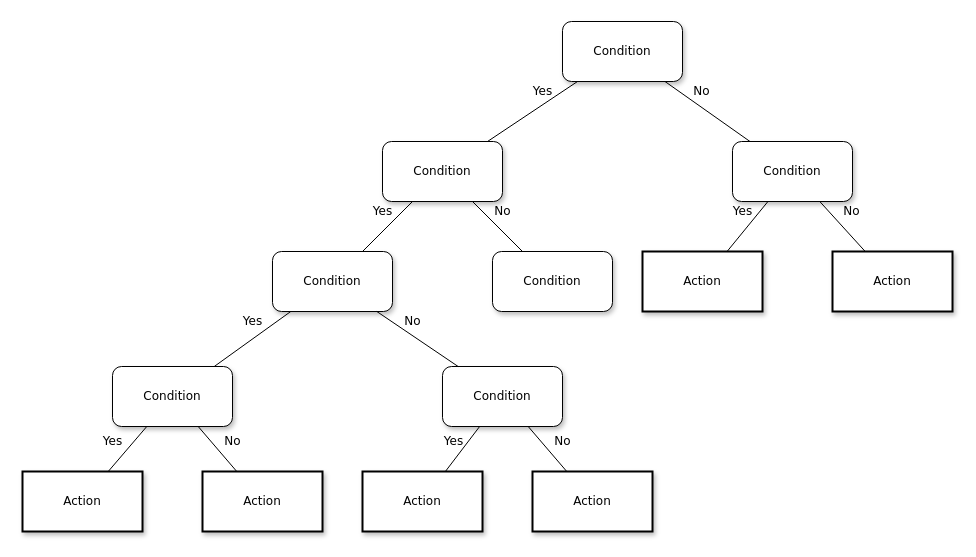
Above: Untitled Diagram.drawio in baothq37student/BaoCao (draw.io), before the change. Source tidied: cells renumbered, new cells numbered last; positions are measured from the earlier drawing's top-left corner, leaving out a move shared by most shapes. Both pictures are drawn from the tidied source at 100%, with x=0, y=0 at pixel (22, 21).
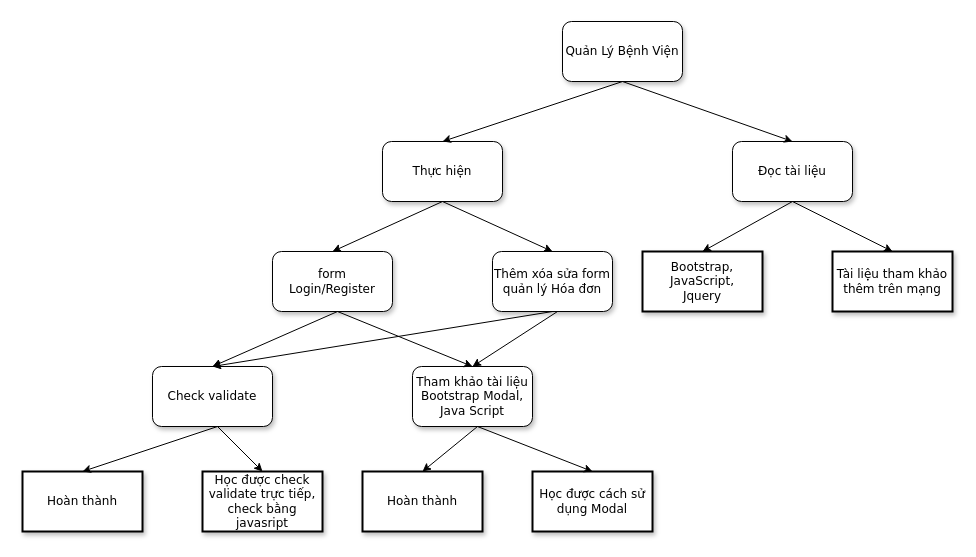
The same diagram, later.

Diff of the diagram source:
```diff
@@
-    <mxCell id="2" value="Condition" style="whiteSpace=wrap;html=1;rounded=1;shadow=1;labelBackgroundColor=none;strokeWidth=1;fontFamily=Verdana;fontSize=12;align=center;" parent="1" vertex="1">
+    <mxCell id="2" value="Quản Lý Bệnh Viện" style="whiteSpace=wrap;html=1;rounded=1;shadow=1;labelBackgroundColor=none;strokeWidth=1;fontFamily=Verdana;fontSize=12;align=center;" parent="1" vertex="1">
       <mxGeometry x="540" width="120" height="60" as="geometry" />
     </mxCell>
-    <mxCell id="3" value="&lt;span&gt;Condition&lt;/span&gt;" style="whiteSpace=wrap;html=1;rounded=1;shadow=1;labelBackgroundColor=none;strokeWidth=1;fontFamily=Verdana;fontSize=12;align=center;" parent="1" vertex="1">
+    <mxCell id="3" value="Thực hiện" style="whiteSpace=wrap;html=1;rounded=1;shadow=1;labelBackgroundColor=none;strokeWidth=1;fontFamily=Verdana;fontSize=12;align=center;" parent="1" vertex="1">
       <mxGeometry x="360" y="120" width="120" height="60" as="geometry" />
     </mxCell>
-    <mxCell id="4" value="&lt;span&gt;Condition&lt;/span&gt;" style="whiteSpace=wrap;html=1;rounded=1;shadow=1;labelBackgroundColor=none;strokeWidth=1;fontFamily=Verdana;fontSize=12;align=center;" parent="1" vertex="1">
+    <mxCell id="4" value="Đọc tài liệu" style="whiteSpace=wrap;html=1;rounded=1;shadow=1;labelBackgroundColor=none;strokeWidth=1;fontFamily=Verdana;fontSize=12;align=center;" parent="1" vertex="1">
       <mxGeometry x="710" y="120" width="120" height="60" as="geometry" />
     </mxCell>
-    <mxCell id="5" value="No" style="rounded=0;html=1;labelBackgroundColor=none;startArrow=none;startFill=0;startSize=5;endArrow=none;endFill=0;endSize=5;jettySize=auto;strokeWidth=1;fontFamily=Verdana;fontSize=12;" parent="1" edge="1" source="2" target="4">
-      <mxGeometry x="-0.3" y="13" relative="1" as="geometry" />
-    </mxCell>
-    <mxCell id="6" value="Yes" style="rounded=0;html=1;labelBackgroundColor=none;startArrow=none;startFill=0;startSize=5;endArrow=none;endFill=0;endSize=5;jettySize=auto;strokeWidth=1;fontFamily=Verdana;fontSize=12;" parent="1" edge="1" source="2" target="3">
-      <mxGeometry x="-0.36" y="-11" relative="1" as="geometry" />
-    </mxCell>
-    <mxCell id="7" value="&lt;span&gt;Condition&lt;/span&gt;" style="whiteSpace=wrap;html=1;rounded=1;shadow=1;labelBackgroundColor=none;strokeWidth=1;fontFamily=Verdana;fontSize=12;align=center;" parent="1" vertex="1">
+    <mxCell id="7" value="&lt;div&gt;form&lt;/div&gt;&lt;div&gt;Login/Register&lt;br&gt;&lt;/div&gt;" style="whiteSpace=wrap;html=1;rounded=1;shadow=1;labelBackgroundColor=none;strokeWidth=1;fontFamily=Verdana;fontSize=12;align=center;" parent="1" vertex="1">
       <mxGeometry x="250" y="230" width="120" height="60" as="geometry" />
     </mxCell>
-    <mxCell id="8" value="&lt;span&gt;Condition&lt;/span&gt;" style="whiteSpace=wrap;html=1;rounded=1;shadow=1;labelBackgroundColor=none;strokeWidth=1;fontFamily=Verdana;fontSize=12;align=center;" parent="1" vertex="1">
+    <mxCell id="8" value="Thêm xóa sửa form quản lý Hóa đơn" style="whiteSpace=wrap;html=1;rounded=1;shadow=1;labelBackgroundColor=none;strokeWidth=1;fontFamily=Verdana;fontSize=12;align=center;" parent="1" vertex="1">
       <mxGeometry x="470" y="230" width="120" height="60" as="geometry" />
     </mxCell>
-    <mxCell id="9" value="&lt;span&gt;Action&lt;/span&gt;" style="whiteSpace=wrap;html=1;rounded=0;shadow=1;labelBackgroundColor=none;strokeWidth=2;fontFamily=Verdana;fontSize=12;align=center;" parent="1" vertex="1">
+    <mxCell id="9" value="&lt;div&gt;Bootstrap,&lt;/div&gt;&lt;div&gt;JavaScript,&lt;/div&gt;&lt;div&gt;Jquery&lt;br&gt;&lt;/div&gt;" style="whiteSpace=wrap;html=1;rounded=0;shadow=1;labelBackgroundColor=none;strokeWidth=2;fontFamily=Verdana;fontSize=12;align=center;" parent="1" vertex="1">
       <mxGeometry x="620" y="230" width="120" height="60" as="geometry" />
     </mxCell>
-    <mxCell id="10" value="&lt;span&gt;Action&lt;/span&gt;" style="whiteSpace=wrap;html=1;rounded=0;shadow=1;labelBackgroundColor=none;strokeWidth=2;fontFamily=Verdana;fontSize=12;align=center;" parent="1" vertex="1">
+    <mxCell id="10" value="Tài liệu tham khảo thêm trên mạng" style="whiteSpace=wrap;html=1;rounded=0;shadow=1;labelBackgroundColor=none;strokeWidth=2;fontFamily=Verdana;fontSize=12;align=center;" parent="1" vertex="1">
       <mxGeometry x="810" y="230" width="120" height="60" as="geometry" />
     </mxCell>
-    <mxCell id="11" value="&lt;span&gt;Condition&lt;/span&gt;" style="whiteSpace=wrap;html=1;rounded=1;shadow=1;labelBackgroundColor=none;strokeWidth=1;fontFamily=Verdana;fontSize=12;align=center;" parent="1" vertex="1">
-      <mxGeometry x="90" y="345" width="120" height="60" as="geometry" />
+    <mxCell id="11" value="Check validate" style="whiteSpace=wrap;html=1;rounded=1;shadow=1;labelBackgroundColor=none;strokeWidth=1;fontFamily=Verdana;fontSize=12;align=center;" parent="1" vertex="1">
+      <mxGeometry x="130" y="345" width="120" height="60" as="geometry" />
     </mxCell>
-    <mxCell id="12" value="&lt;span&gt;Condition&lt;/span&gt;" style="whiteSpace=wrap;html=1;rounded=1;shadow=1;labelBackgroundColor=none;strokeWidth=1;fontFamily=Verdana;fontSize=12;align=center;" parent="1" vertex="1">
-      <mxGeometry x="420" y="345" width="120" height="60" as="geometry" />
+    <mxCell id="12" value="Tham khảo tài liệu Bootstrap Modal, Java Script" style="whiteSpace=wrap;html=1;rounded=1;shadow=1;labelBackgroundColor=none;strokeWidth=1;fontFamily=Verdana;fontSize=12;align=center;" parent="1" vertex="1">
+      <mxGeometry x="390" y="345" width="120" height="60" as="geometry" />
     </mxCell>
-    <mxCell id="13" value="Yes" style="rounded=0;html=1;labelBackgroundColor=none;startArrow=none;startFill=0;startSize=5;endArrow=none;endFill=0;endSize=5;jettySize=auto;strokeWidth=1;fontFamily=Verdana;fontSize=12;" parent="1" edge="1" source="3" target="7">
-      <mxGeometry x="-0.2" y="-14" relative="1" as="geometry" />
-    </mxCell>
-    <mxCell id="14" value="No" style="rounded=0;html=1;labelBackgroundColor=none;startArrow=none;startFill=0;startSize=5;endArrow=none;endFill=0;endSize=5;jettySize=auto;strokeWidth=1;fontFamily=Verdana;fontSize=12;" parent="1" edge="1" source="3" target="8">
-      <mxGeometry x="-0.2" y="14" relative="1" as="geometry" />
-    </mxCell>
-    <mxCell id="15" value="Yes" style="rounded=0;html=1;labelBackgroundColor=none;startArrow=none;startFill=0;startSize=5;endArrow=none;endFill=0;endSize=5;jettySize=auto;strokeWidth=1;fontFamily=Verdana;fontSize=12;" parent="1" edge="1" source="4" target="9">
-      <mxGeometry x="-0.26" y="-13" relative="1" as="geometry" />
-    </mxCell>
-    <mxCell id="16" value="No" style="rounded=0;html=1;labelBackgroundColor=none;startArrow=none;startFill=0;startSize=5;endArrow=none;endFill=0;endSize=5;jettySize=auto;strokeWidth=1;fontFamily=Verdana;fontSize=12;" parent="1" edge="1" source="4" target="10">
-      <mxGeometry x="-0.13" y="17" relative="1" as="geometry" />
-    </mxCell>
-    <mxCell id="17" value="Yes" style="rounded=0;html=1;labelBackgroundColor=none;startArrow=none;startFill=0;startSize=5;endArrow=none;endFill=0;endSize=5;jettySize=auto;strokeWidth=1;fontFamily=Verdana;fontSize=12;" parent="1" edge="1" source="7" target="11">
-      <mxGeometry x="-0.22" y="-14" relative="1" as="geometry" />
-    </mxCell>
-    <mxCell id="18" value="No" style="rounded=0;html=1;labelBackgroundColor=none;startArrow=none;startFill=0;startSize=5;endArrow=none;endFill=0;endSize=5;jettySize=auto;strokeWidth=1;fontFamily=Verdana;fontSize=12;" parent="1" edge="1" source="7" target="12">
-      <mxGeometry x="-0.28" y="12" relative="1" as="geometry" />
-    </mxCell>
-    <mxCell id="19" value="Action" style="whiteSpace=wrap;html=1;rounded=0;shadow=1;labelBackgroundColor=none;strokeWidth=2;fontFamily=Verdana;fontSize=12;align=center;" parent="1" vertex="1">
+    <mxCell id="19" value="Hoàn thành" style="whiteSpace=wrap;html=1;rounded=0;shadow=1;labelBackgroundColor=none;strokeWidth=2;fontFamily=Verdana;fontSize=12;align=center;" parent="1" vertex="1">
       <mxGeometry y="450" width="120" height="60" as="geometry" />
     </mxCell>
-    <mxCell id="20" value="&lt;span&gt;Action&lt;/span&gt;" style="whiteSpace=wrap;html=1;rounded=0;shadow=1;labelBackgroundColor=none;strokeWidth=2;fontFamily=Verdana;fontSize=12;align=center;" parent="1" vertex="1">
+    <mxCell id="20" value="Học được check validate trực tiếp, check bằng javasript" style="whiteSpace=wrap;html=1;rounded=0;shadow=1;labelBackgroundColor=none;strokeWidth=2;fontFamily=Verdana;fontSize=12;align=center;" parent="1" vertex="1">
       <mxGeometry x="180" y="450" width="120" height="60" as="geometry" />
     </mxCell>
-    <mxCell id="21" value="&lt;span&gt;Action&lt;/span&gt;" style="whiteSpace=wrap;html=1;rounded=0;shadow=1;labelBackgroundColor=none;strokeWidth=2;fontFamily=Verdana;fontSize=12;align=center;" parent="1" vertex="1">
+    <mxCell id="21" value="Hoàn thành" style="whiteSpace=wrap;html=1;rounded=0;shadow=1;labelBackgroundColor=none;strokeWidth=2;fontFamily=Verdana;fontSize=12;align=center;" parent="1" vertex="1">
       <mxGeometry x="340" y="450" width="120" height="60" as="geometry" />
     </mxCell>
-    <mxCell id="22" value="&lt;span&gt;Action&lt;/span&gt;" style="whiteSpace=wrap;html=1;rounded=0;shadow=1;labelBackgroundColor=none;strokeWidth=2;fontFamily=Verdana;fontSize=12;align=center;" parent="1" vertex="1">
+    <mxCell id="22" value="Học được cách sử dụng Modal" style="whiteSpace=wrap;html=1;rounded=0;shadow=1;labelBackgroundColor=none;strokeWidth=2;fontFamily=Verdana;fontSize=12;align=center;" parent="1" vertex="1">
       <mxGeometry x="510" y="450" width="120" height="60" as="geometry" />
     </mxCell>
-    <mxCell id="23" value="Yes" style="rounded=0;html=1;labelBackgroundColor=none;startArrow=none;startFill=0;startSize=5;endArrow=none;endFill=0;endSize=5;jettySize=auto;strokeWidth=1;fontFamily=Verdana;fontSize=12;" parent="1" edge="1" source="11" target="19">
-      <mxGeometry x="0.14" y="-16" relative="1" as="geometry" />
-    </mxCell>
-    <mxCell id="24" value="No" style="rounded=0;html=1;labelBackgroundColor=none;startArrow=none;startFill=0;startSize=5;endArrow=none;endFill=0;endSize=5;jettySize=auto;strokeWidth=1;fontFamily=Verdana;fontSize=12;" parent="1" edge="1" source="11" target="20">
-      <mxGeometry x="0.14" y="16" relative="1" as="geometry" />
-    </mxCell>
-    <mxCell id="25" value="Yes" style="rounded=0;html=1;labelBackgroundColor=none;startArrow=none;startFill=0;startSize=5;endArrow=none;endFill=0;endSize=5;jettySize=auto;strokeWidth=1;fontFamily=Verdana;fontSize=12;" parent="1" edge="1" source="12" target="21">
-      <mxGeometry y="-12" relative="1" as="geometry" />
-    </mxCell>
-    <mxCell id="26" value="No" style="rounded=0;html=1;labelBackgroundColor=none;startArrow=none;startFill=0;startSize=5;endArrow=none;endFill=0;endSize=5;jettySize=auto;strokeWidth=1;fontFamily=Verdana;fontSize=12;" parent="1" edge="1" source="12" target="22">
-      <mxGeometry x="0.14" y="16" relative="1" as="geometry" />
-    </mxCell>
+    <mxCell id="6" style="endArrow=classic;html=1;exitX=0.5;exitY=1;exitDx=0;exitDy=0;entryX=0.5;entryY=0;entryDx=0;entryDy=0;" parent="1" edge="1" source="2" target="3">
+      <mxGeometry relative="1" as="geometry" />
+    </mxCell>
+    <mxCell id="5" style="endArrow=classic;html=1;exitX=0.5;exitY=1;exitDx=0;exitDy=0;entryX=0.5;entryY=0;entryDx=0;entryDy=0;" parent="1" edge="1" source="2" target="4">
+      <mxGeometry relative="1" as="geometry" />
+    </mxCell>
+    <mxCell id="13" style="endArrow=classic;html=1;exitX=0.5;exitY=1;exitDx=0;exitDy=0;entryX=0.5;entryY=0;entryDx=0;entryDy=0;" parent="1" edge="1" source="3" target="7">
+      <mxGeometry relative="1" as="geometry" />
+    </mxCell>
+    <mxCell id="27" style="endArrow=classic;html=1;exitX=0.5;exitY=1;exitDx=0;exitDy=0;entryX=0.5;entryY=0;entryDx=0;entryDy=0;" parent="1" edge="1" target="8">
+      <mxGeometry relative="1" as="geometry">
+        <mxPoint x="420" y="180" as="sourcePoint" />
+      </mxGeometry>
+    </mxCell>
+    <mxCell id="15" style="endArrow=classic;html=1;exitX=0.5;exitY=1;exitDx=0;exitDy=0;entryX=0.5;entryY=0;entryDx=0;entryDy=0;" parent="1" edge="1" source="4" target="9">
+      <mxGeometry relative="1" as="geometry" />
+    </mxCell>
+    <mxCell id="28" style="endArrow=classic;html=1;exitX=0.5;exitY=1;exitDx=0;exitDy=0;entryX=0.5;entryY=0;entryDx=0;entryDy=0;" parent="1" edge="1" target="10">
+      <mxGeometry relative="1" as="geometry">
+        <mxPoint x="770" y="180" as="sourcePoint" />
+      </mxGeometry>
+    </mxCell>
+    <mxCell id="29" style="endArrow=classic;html=1;entryX=0.5;entryY=0;entryDx=0;entryDy=0;" parent="1" edge="1" target="12">
+      <mxGeometry relative="1" as="geometry">
+        <mxPoint x="535" y="290" as="sourcePoint" />
+      </mxGeometry>
+    </mxCell>
+    <mxCell id="30" style="endArrow=classic;html=1;entryX=0.5;entryY=0;entryDx=0;entryDy=0;" parent="1" edge="1" target="12">
+      <mxGeometry relative="1" as="geometry">
+        <mxPoint x="315" y="290" as="sourcePoint" />
+      </mxGeometry>
+    </mxCell>
+    <mxCell id="31" style="endArrow=classic;html=1;entryX=0.5;entryY=0;entryDx=0;entryDy=0;" parent="1" edge="1" target="21">
+      <mxGeometry relative="1" as="geometry">
+        <mxPoint x="455" y="405" as="sourcePoint" />
+      </mxGeometry>
+    </mxCell>
+    <mxCell id="32" style="endArrow=classic;html=1;entryX=0.5;entryY=0;entryDx=0;entryDy=0;" parent="1" edge="1" target="22">
+      <mxGeometry relative="1" as="geometry">
+        <mxPoint x="455" y="405" as="sourcePoint" />
+      </mxGeometry>
+    </mxCell>
+    <mxCell id="33" style="endArrow=classic;html=1;entryX=0.5;entryY=0;entryDx=0;entryDy=0;" parent="1" edge="1" target="11">
+      <mxGeometry relative="1" as="geometry">
+        <mxPoint x="315" y="290" as="sourcePoint" />
+      </mxGeometry>
+    </mxCell>
+    <mxCell id="34" style="endArrow=classic;html=1;entryX=0.5;entryY=0;entryDx=0;entryDy=0;exitX=0.5;exitY=1;exitDx=0;exitDy=0;" parent="1" edge="1" source="8" target="11">
+      <mxGeometry relative="1" as="geometry" />
+    </mxCell>
+    <mxCell id="35" style="endArrow=classic;html=1;entryX=0.5;entryY=0;entryDx=0;entryDy=0;" parent="1" edge="1" target="19">
+      <mxGeometry relative="1" as="geometry">
+        <mxPoint x="195" y="405" as="sourcePoint" />
+      </mxGeometry>
+    </mxCell>
+    <mxCell id="36" style="endArrow=classic;html=1;entryX=0.5;entryY=0;entryDx=0;entryDy=0;" parent="1" edge="1" target="20">
+      <mxGeometry relative="1" as="geometry">
+        <mxPoint x="195" y="405" as="sourcePoint" />
+      </mxGeometry>
+    </mxCell>
```
